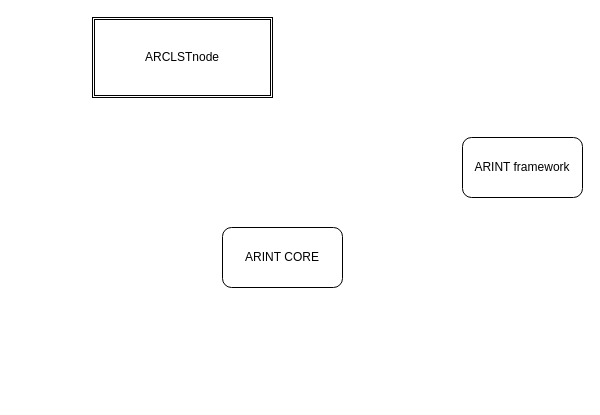
The draw.io diagram doc_src/pictures/system_landscape.drawio in petre-renware/arint, before the edit. Source tidied: cells renumbered, new cells numbered last; positions are measured from the earlier drawing's top-left corner, leaving out a move shared by most shapes. Both pictures are drawn from the tidied source at 100%, with x=0, y=0 at pixel (92, 17).
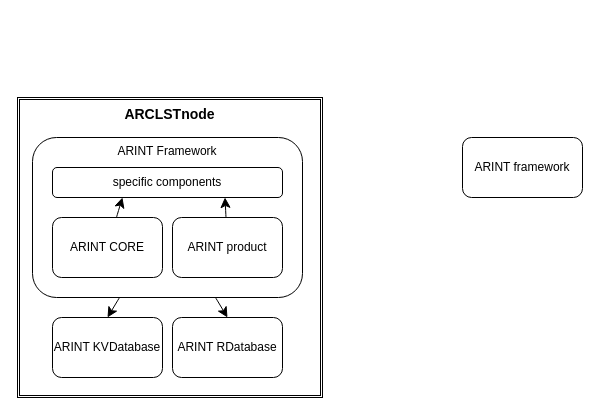
The same diagram, later.

What changed in the source:
```diff
@@
 <mxGraphModel>
   <root>
     <mxCell id="0" />
     <mxCell id="1" parent="0" />
-    <mxCell id="2" value="ARCLSTnode" style="shape=ext;double=1;rounded=0;whiteSpace=wrap;html=1;align=center;" parent="1" vertex="1">
-      <mxGeometry width="180" height="80" as="geometry" />
+    <mxCell id="2" value="ARCLSTnode" style="shape=ext;double=1;rounded=0;whiteSpace=wrap;html=1;align=center;verticalAlign=top;fontStyle=1;fontSize=14;" parent="1" vertex="1">
+      <mxGeometry x="-75" y="80" width="305" height="300" as="geometry" />
     </mxCell>
+    <mxCell id="4" value="ARINT framework" style="rounded=1;whiteSpace=wrap;html=1;" parent="1" vertex="1">
+      <mxGeometry x="370" y="120" width="120" height="60" as="geometry" />
+    </mxCell>
+    <mxCell id="5" style="edgeStyle=none;curved=1;rounded=0;jettySize=auto;html=1;entryX=0.5;entryY=0;entryDx=0;entryDy=0;fontSize=12;startSize=8;endSize=8;" parent="1" edge="1" source="7" target="10">
+      <mxGeometry relative="1" as="geometry" />
+    </mxCell>
+    <mxCell id="6" style="edgeStyle=none;curved=1;rounded=0;jettySize=auto;html=1;entryX=0.5;entryY=0;entryDx=0;entryDy=0;fontSize=12;startSize=8;endSize=8;" parent="1" edge="1" source="7" target="9">
+      <mxGeometry relative="1" as="geometry" />
+    </mxCell>
+    <mxCell id="7" value="ARINT Framework" style="rounded=1;whiteSpace=wrap;html=1;verticalAlign=top;fontStyle=0;" parent="1" vertex="1">
+      <mxGeometry x="-60" y="120" width="270" height="160" as="geometry" />
+    </mxCell>
+    <mxCell id="8" style="edgeStyle=none;curved=1;rounded=0;jettySize=auto;html=1;fontSize=12;startSize=8;endSize=8;entryX=0.304;entryY=1;entryDx=0;entryDy=0;entryPerimeter=0;" parent="1" edge="1" source="3" target="13">
+      <mxGeometry relative="1" as="geometry" />
+    </mxCell>
     <mxCell id="3" value="ARINT CORE" style="rounded=1;whiteSpace=wrap;html=1;" parent="1" vertex="1">
-      <mxGeometry x="130" y="210" width="120" height="60" as="geometry" />
+      <mxGeometry x="-40" y="200" width="110" height="60" as="geometry" />
     </mxCell>
-    <mxCell id="4" value="ARINT framework" style="rounded=1;whiteSpace=wrap;html=1;" parent="1" vertex="1">
-      <mxGeometry x="370" y="120" width="120" height="60" as="geometry" />
-    </mxCell>
+    <mxCell id="9" value="ARINT RDatabase" style="rounded=1;whiteSpace=wrap;html=1;" parent="1" vertex="1">
+      <mxGeometry x="80" y="300" width="110" height="60" as="geometry" />
+    </mxCell>
+    <mxCell id="10" value="ARINT KVDatabase" style="rounded=1;whiteSpace=wrap;html=1;" parent="1" vertex="1">
+      <mxGeometry x="-40" y="300" width="110" height="60" as="geometry" />
+    </mxCell>
+    <mxCell id="11" style="edgeStyle=none;curved=1;rounded=0;jettySize=auto;html=1;fontSize=12;startSize=8;endSize=8;entryX=0.75;entryY=1;entryDx=0;entryDy=0;" parent="1" edge="1" source="12" target="13">
+      <mxGeometry relative="1" as="geometry" />
+    </mxCell>
+    <mxCell id="12" value="ARINT product" style="rounded=1;whiteSpace=wrap;html=1;" parent="1" vertex="1">
+      <mxGeometry x="80" y="200" width="110" height="60" as="geometry" />
+    </mxCell>
+    <mxCell id="13" value="specific components" style="rounded=1;whiteSpace=wrap;html=1;" parent="1" vertex="1">
+      <mxGeometry x="-40" y="150" width="230" height="30" as="geometry" />
+    </mxCell>
   </root>
 </mxGraphModel>
```
